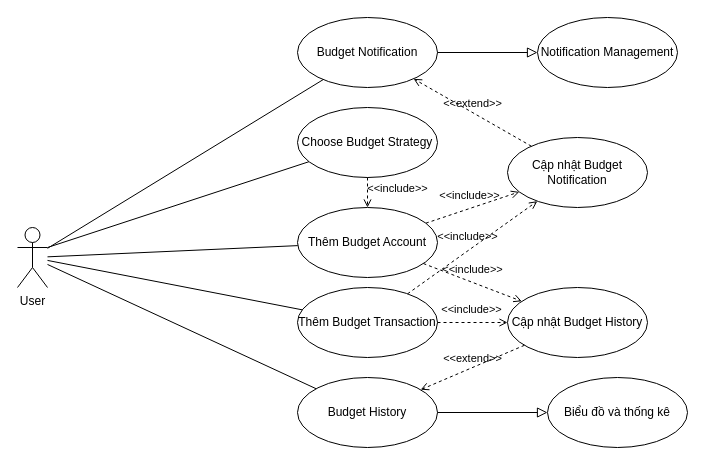
Before: design UML/BudgetManagement.drawio in vulm-neo01/financial-management, a draw.io diagram. Source tidied: cells renumbered, new cells numbered last; positions are measured from the earlier drawing's top-left corner, leaving out a move shared by most shapes. Both pictures are drawn from the tidied source at 100%, with x=0, y=0 at pixel (17, 17).
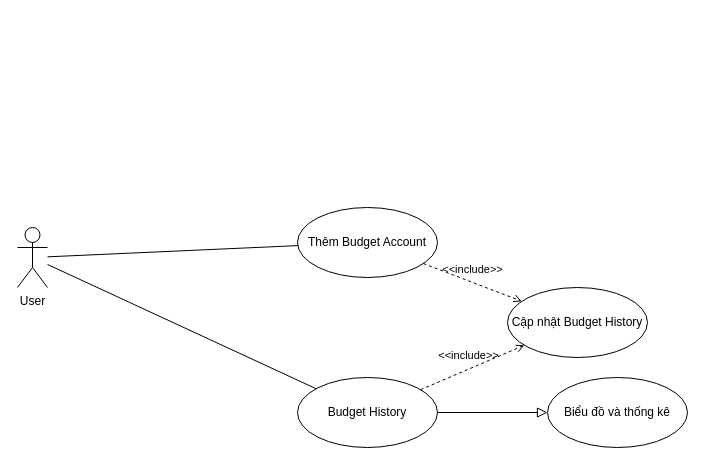
The same page after the edit.

The change refers to these unchanged cells:
```xml
<mxCell id="2" value="User" style="shape=umlActor;verticalLabelPosition=bottom;verticalAlign=top;html=1;outlineConnect=0;" parent="1" vertex="1">
  <mxGeometry y="210" width="30" height="60" as="geometry" />
</mxCell>
<mxCell id="3" value="Thêm Budget Account" style="ellipse;whiteSpace=wrap;html=1;" parent="1" vertex="1">
  <mxGeometry x="280" y="190" width="140" height="70" as="geometry" />
</mxCell>
<mxCell id="5" value="Budget History" style="ellipse;whiteSpace=wrap;html=1;" parent="1" vertex="1">
  <mxGeometry x="280" y="360" width="140" height="70" as="geometry" />
</mxCell>
<mxCell id="9" value="Cập nhật Budget History" style="ellipse;whiteSpace=wrap;html=1;" parent="1" vertex="1">
  <mxGeometry x="490" y="270" width="140" height="70" as="geometry" />
</mxCell>
```

Change to the diagram source:
```diff
@@
-    <mxCell id="4" value="Thêm Budget Transaction" style="ellipse;whiteSpace=wrap;html=1;" parent="1" vertex="1">
-      <mxGeometry x="280" y="270" width="140" height="70" as="geometry" />
-    </mxCell>
@@
-    <mxCell id="6" style="endArrow=none;html=1;rounded=0;" parent="1" edge="1" source="2" target="4">
-      <mxGeometry relative="1" as="geometry" />
-    </mxCell>
@@
-    <mxCell id="11" value="&amp;lt;&amp;lt;include&amp;gt;&amp;gt;" style="html=1;verticalAlign=bottom;labelBackgroundColor=none;endArrow=open;endFill=0;dashed=1;rounded=0;" parent="1" edge="1" source="4" target="9">
+    <mxCell id="11" value="&amp;lt;&amp;lt;include&amp;gt;&amp;gt;" style="html=1;verticalAlign=bottom;labelBackgroundColor=none;endArrow=open;endFill=0;dashed=1;rounded=0;" parent="1" edge="1" source="5" target="9">
       <mxGeometry x="-0.04" y="4" relative="1" as="geometry" />
     </mxCell>
-    <mxCell id="12" value="&amp;lt;&amp;lt;extend&amp;gt;&amp;gt;" style="html=1;verticalAlign=bottom;labelBackgroundColor=none;endArrow=open;endFill=0;dashed=1;rounded=0;" parent="1" edge="1" source="9" target="5">
-      <mxGeometry relative="1" as="geometry" />
-    </mxCell>
@@
-    <mxCell id="16" value="Choose Budget Strategy" style="ellipse;whiteSpace=wrap;html=1;" parent="1" vertex="1">
-      <mxGeometry x="280" y="90" width="140" height="70" as="geometry" />
-    </mxCell>
-    <mxCell id="17" style="endArrow=none;html=1;rounded=0;exitX=1;exitY=0.3333333333333333;exitDx=0;exitDy=0;exitPerimeter=0;" parent="1" edge="1" source="2" target="16">
-      <mxGeometry relative="1" as="geometry" />
-    </mxCell>
-    <mxCell id="18" value="&amp;lt;&amp;lt;include&amp;gt;&amp;gt;" style="html=1;verticalAlign=bottom;labelBackgroundColor=none;endArrow=open;endFill=0;dashed=1;rounded=0;" parent="1" edge="1" source="16" target="3">
-      <mxGeometry x="0.33" y="30" relative="1" as="geometry" />
-    </mxCell>
-    <mxCell id="19" value="Budget Notification" style="ellipse;whiteSpace=wrap;html=1;" parent="1" vertex="1">
-      <mxGeometry x="280" width="140" height="70" as="geometry" />
-    </mxCell>
-    <mxCell id="20" style="endArrow=none;html=1;rounded=0;" parent="1" edge="1" source="2" target="19">
-      <mxGeometry relative="1" as="geometry" />
-    </mxCell>
-    <mxCell id="21" value="Notification Management" style="ellipse;whiteSpace=wrap;html=1;" parent="1" vertex="1">
-      <mxGeometry x="520" width="140" height="70" as="geometry" />
-    </mxCell>
-    <mxCell id="22" style="endArrow=block;html=1;rounded=0;align=center;verticalAlign=bottom;endFill=0;labelBackgroundColor=none;endSize=8;" parent="1" edge="1" source="19" target="21">
-      <mxGeometry relative="1" as="geometry" />
-    </mxCell>
-    <mxCell id="23" style="html=1;align=center;verticalAlign=top;labelBackgroundColor=none;" parent="22" vertex="1">
-      <mxGeometry relative="1" as="geometry" />
-    </mxCell>
-    <mxCell id="24" value="Cập nhật Budget Notification" style="ellipse;whiteSpace=wrap;html=1;" parent="1" vertex="1">
-      <mxGeometry x="490" y="120" width="140" height="70" as="geometry" />
-    </mxCell>
-    <mxCell id="25" value="&amp;lt;&amp;lt;include&amp;gt;&amp;gt;" style="html=1;verticalAlign=bottom;labelBackgroundColor=none;endArrow=open;endFill=0;dashed=1;rounded=0;" parent="1" edge="1" source="3" target="24">
-      <mxGeometry x="-0.04" y="4" relative="1" as="geometry" />
-    </mxCell>
-    <mxCell id="26" value="&amp;lt;&amp;lt;extend&amp;gt;&amp;gt;" style="html=1;verticalAlign=bottom;labelBackgroundColor=none;endArrow=open;endFill=0;dashed=1;rounded=0;" parent="1" edge="1" source="24" target="19">
-      <mxGeometry relative="1" as="geometry" />
-    </mxCell>
-    <mxCell id="27" value="&amp;lt;&amp;lt;include&amp;gt;&amp;gt;" style="html=1;verticalAlign=bottom;labelBackgroundColor=none;endArrow=open;endFill=0;dashed=1;rounded=0;" parent="1" edge="1" source="4" target="24">
-      <mxGeometry x="-0.04" y="4" relative="1" as="geometry" />
-    </mxCell>
```
